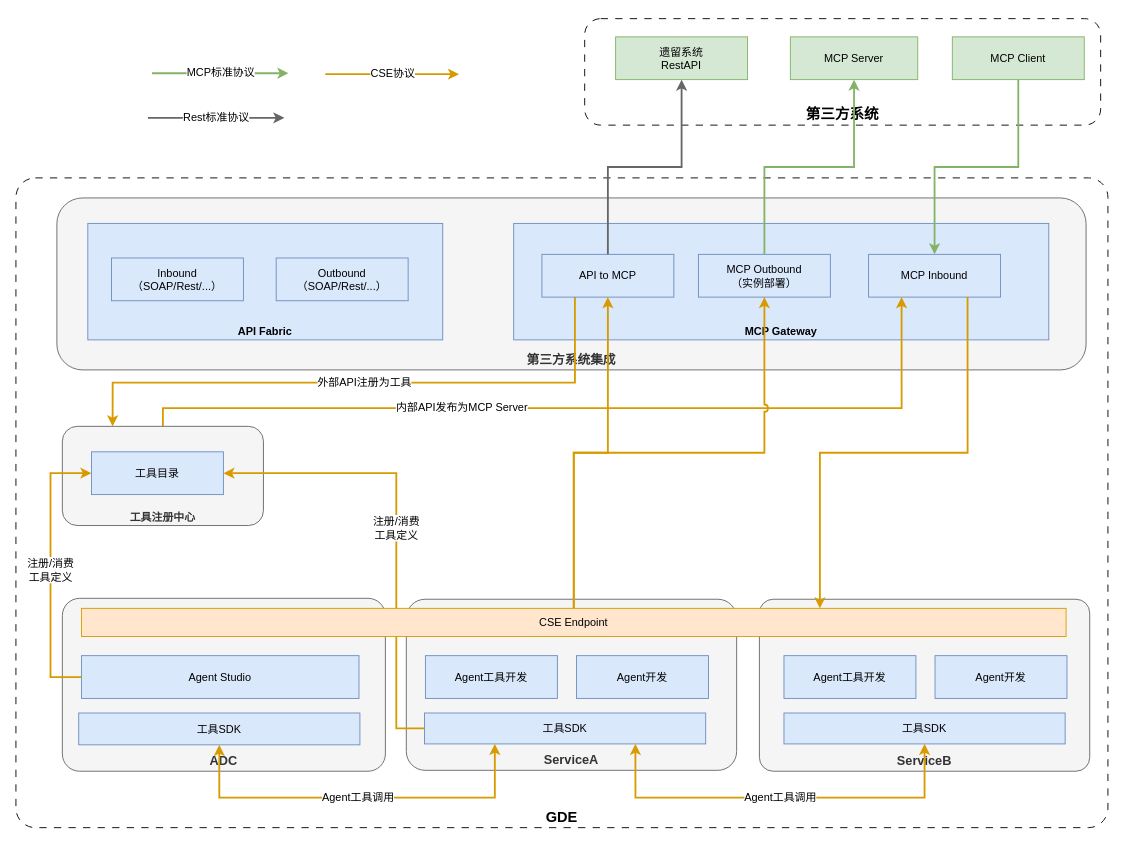
This is MCP网关.drawio from zhufeizzz/drawio, a draw.io file, before an edit. Source tidied: cells renumbered, new cells numbered last; positions are measured from the earlier drawing's top-left corner, leaving out a move shared by most shapes. Both pictures are drawn from the tidied source at 91%, with x=0, y=0 at pixel (15, 18).
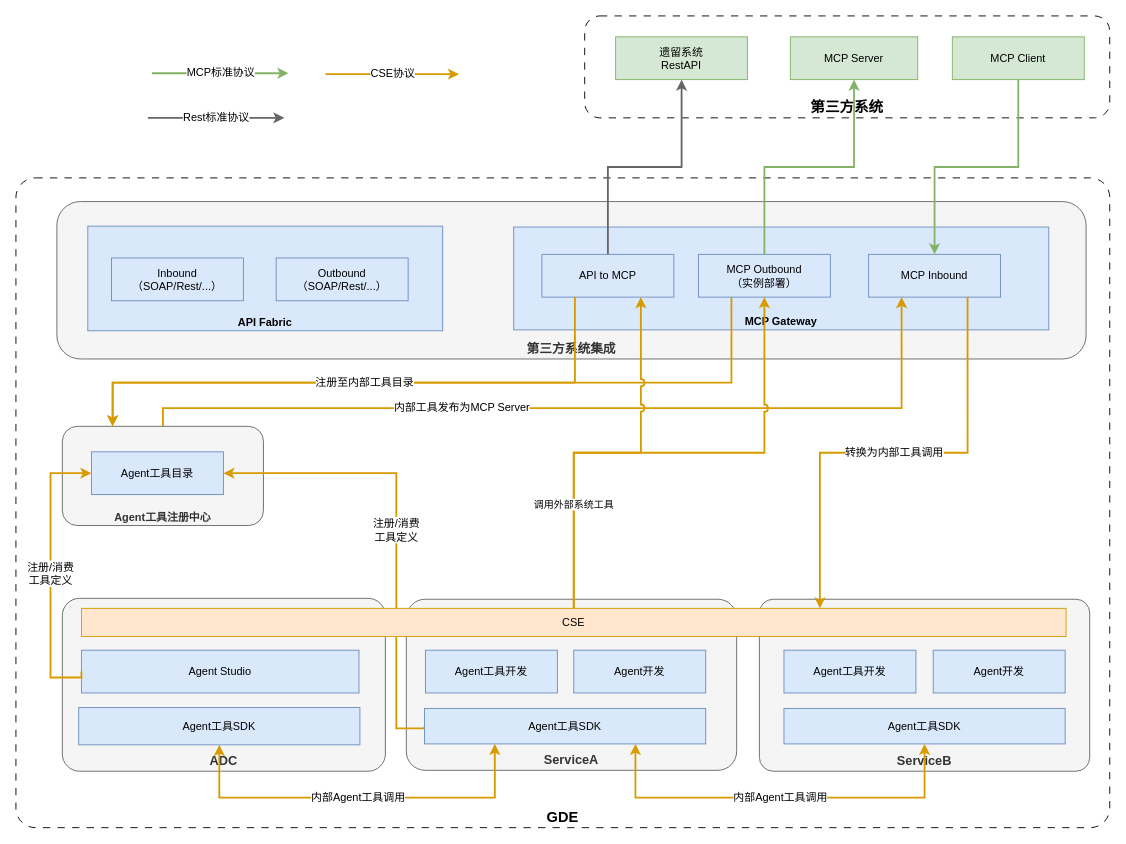
Above is the later version.

The change refers to these unchanged cells:
```xml
<mxCell id="10" value="&lt;div&gt;MCP Inbound&lt;/div&gt;" style="rounded=0;whiteSpace=wrap;html=1;fillColor=#dae8fc;strokeColor=#6c8ebf;" parent="1" vertex="1">
  <mxGeometry x="937" y="259" width="145" height="47" as="geometry" />
</mxCell>
<mxCell id="12" value="API to MCP" style="rounded=0;whiteSpace=wrap;html=1;fillColor=#dae8fc;strokeColor=#6c8ebf;" parent="1" vertex="1">
  <mxGeometry x="578" y="259" width="145" height="47" as="geometry" />
</mxCell>
<mxCell id="13" value="MCP &lt;span style=&quot;background-color: transparent; color: light-dark(rgb(0, 0, 0), rgb(255, 255, 255));&quot;&gt;Outbound&lt;/span&gt;&lt;div&gt;&lt;span style=&quot;background-color: transparent; color: light-dark(rgb(0, 0, 0), rgb(255, 255, 255));&quot;&gt;（实例部署）&lt;/span&gt;&lt;/div&gt;" style="rounded=0;whiteSpace=wrap;html=1;fillColor=#dae8fc;strokeColor=#6c8ebf;" parent="1" vertex="1">
  <mxGeometry x="750" y="259" width="145" height="47" as="geometry" />
</mxCell>
```

What changed in the source:
```diff
@@
     <mxCell id="2" value="&lt;b&gt;GDE&lt;/b&gt;" style="rounded=1;whiteSpace=wrap;html=1;verticalAlign=bottom;dashed=1;dashPattern=8 8;arcSize=3;fontSize=16;" parent="1" vertex="1">
-      <mxGeometry y="175" width="1200" height="714" as="geometry" />
+      <mxGeometry y="175" width="1202" height="714" as="geometry" />
     </mxCell>
     <mxCell id="3" value="&lt;b&gt;第三方系统&lt;/b&gt;" style="rounded=1;whiteSpace=wrap;html=1;verticalAlign=bottom;dashed=1;dashPattern=8 8;fontSize=16;" parent="1" vertex="1">
-      <mxGeometry x="625" width="567" height="117" as="geometry" />
+      <mxGeometry x="625" y="-3" width="577" height="112" as="geometry" />
     </mxCell>
@@
     <mxCell id="7" value="&lt;b&gt;第三方系统集成&lt;/b&gt;" style="rounded=1;whiteSpace=wrap;html=1;verticalAlign=bottom;fillColor=#f5f5f5;fontColor=#333333;strokeColor=#666666;fontSize=14;" parent="1" vertex="1">
-      <mxGeometry x="45" y="197" width="1131" height="189" as="geometry" />
+      <mxGeometry x="45" y="201" width="1131" height="173" as="geometry" />
     </mxCell>
     <mxCell id="8" value="API Fabric" style="rounded=0;whiteSpace=wrap;html=1;fillColor=#dae8fc;strokeColor=#6c8ebf;verticalAlign=bottom;fontStyle=1;" parent="1" vertex="1">
-      <mxGeometry x="79" y="225" width="390" height="128" as="geometry" />
+      <mxGeometry x="79" y="228" width="390" height="115" as="geometry" />
     </mxCell>
     <mxCell id="9" value="MCP Gateway" style="rounded=0;whiteSpace=wrap;html=1;verticalAlign=bottom;fontStyle=1;fillColor=#dae8fc;strokeColor=#6c8ebf;" parent="1" vertex="1">
-      <mxGeometry x="547" y="225" width="588" height="128" as="geometry" />
+      <mxGeometry x="547" y="229" width="588" height="113" as="geometry" />
     </mxCell>
@@
-    <mxCell id="11" value="&lt;font style=&quot;font-size: 12px;&quot;&gt;外部API注册为工具&lt;/font&gt;" style="edgeStyle=orthogonalEdgeStyle;rounded=0;jettySize=auto;html=1;exitX=0.25;exitY=1;exitDx=0;exitDy=0;entryX=0.25;entryY=0;entryDx=0;entryDy=0;fillColor=#ffe6cc;strokeColor=#d79b00;strokeWidth=2;" parent="1" edge="1" source="12" target="16">
-      <mxGeometry relative="1" as="geometry">
-        <Array as="points">
-          <mxPoint x="614" y="400" />
-          <mxPoint x="106" y="400" />
-        </Array>
-      </mxGeometry>
-    </mxCell>
@@
+    <mxCell id="44" style="edgeStyle=orthogonalEdgeStyle;rounded=0;jettySize=auto;html=1;exitX=0.25;exitY=1;exitDx=0;exitDy=0;entryX=0.25;entryY=0;entryDx=0;entryDy=0;fillColor=#ffe6cc;strokeColor=#d79b00;strokeWidth=2;jumpStyle=arc;" parent="1" edge="1" source="13" target="16">
+      <mxGeometry relative="1" as="geometry">
+        <Array as="points">
+          <mxPoint x="786" y="400" />
+          <mxPoint x="106" y="400" />
+        </Array>
+      </mxGeometry>
+    </mxCell>
@@
-    <mxCell id="15" value="&lt;font style=&quot;font-size: 12px;&quot;&gt;内部API发布为MCP Server&lt;/font&gt;" style="edgeStyle=orthogonalEdgeStyle;rounded=0;jettySize=auto;html=1;exitX=0.5;exitY=0;exitDx=0;exitDy=0;fillColor=#ffe6cc;strokeColor=#d79b00;strokeWidth=2;entryX=0.25;entryY=1;entryDx=0;entryDy=0;" parent="1" edge="1" source="16" target="10">
+    <mxCell id="15" value="&lt;font style=&quot;font-size: 12px;&quot;&gt;内部工具发布为MCP Server&lt;/font&gt;" style="edgeStyle=orthogonalEdgeStyle;rounded=0;jettySize=auto;html=1;exitX=0.5;exitY=0;exitDx=0;exitDy=0;fillColor=#ffe6cc;strokeColor=#d79b00;strokeWidth=2;entryX=0.25;entryY=1;entryDx=0;entryDy=0;" parent="1" edge="1" source="16" target="10">
       <mxGeometry x="-0.27" relative="1" as="geometry">
         <Array as="points">
           <mxPoint x="162" y="428" />
           <mxPoint x="973" y="428" />
         </Array>
       </mxGeometry>
     </mxCell>
-    <mxCell id="16" value="&lt;b&gt;工具注册中心&lt;/b&gt;" style="rounded=1;whiteSpace=wrap;html=1;verticalAlign=bottom;fillColor=#f5f5f5;fontColor=#333333;strokeColor=#666666;" parent="1" vertex="1">
+    <mxCell id="16" value="&lt;b&gt;Agent工具注册中心&lt;/b&gt;" style="rounded=1;whiteSpace=wrap;html=1;verticalAlign=bottom;fillColor=#f5f5f5;fontColor=#333333;strokeColor=#666666;" parent="1" vertex="1">
       <mxGeometry x="51" y="448" width="221" height="109" as="geometry" />
     </mxCell>
@@
     <mxCell id="20" value="Agent Studio" style="rounded=0;whiteSpace=wrap;html=1;fillColor=#dae8fc;strokeColor=#6c8ebf;" parent="1" vertex="1">
-      <mxGeometry x="72" y="700" width="305" height="47" as="geometry" />
+      <mxGeometry x="72" y="694" width="305" height="47" as="geometry" />
     </mxCell>
@@
-    <mxCell id="22" value="&lt;font style=&quot;font-size: 12px;&quot;&gt;Agent工具调用&lt;/font&gt;" style="edgeStyle=orthogonalEdgeStyle;rounded=0;jettySize=auto;html=1;exitX=0.5;exitY=1;exitDx=0;exitDy=0;entryX=0.25;entryY=1;entryDx=0;entryDy=0;fillColor=#ffe6cc;strokeColor=#d79b00;strokeWidth=2;startArrow=classic;startFill=1;" parent="1" edge="1" source="23" target="24">
+    <mxCell id="22" value="&lt;font style=&quot;font-size: 12px;&quot;&gt;内部Agent工具调用&lt;/font&gt;" style="edgeStyle=orthogonalEdgeStyle;rounded=0;jettySize=auto;html=1;exitX=0.5;exitY=1;exitDx=0;exitDy=0;entryX=0.25;entryY=1;entryDx=0;entryDy=0;fillColor=#ffe6cc;strokeColor=#d79b00;strokeWidth=2;startArrow=classic;startFill=1;" parent="1" edge="1" source="23" target="24">
       <mxGeometry relative="1" as="geometry">
         <Array as="points">
           <mxPoint x="224" y="856" />
           <mxPoint x="526" y="856" />
         </Array>
       </mxGeometry>
     </mxCell>
-    <mxCell id="23" value="工具SDK" style="rounded=0;whiteSpace=wrap;html=1;verticalAlign=middle;fillColor=#dae8fc;strokeColor=#6c8ebf;" parent="1" vertex="1">
-      <mxGeometry x="69" y="763" width="309" height="35" as="geometry" />
+    <mxCell id="23" value="Agent工具SDK" style="rounded=0;whiteSpace=wrap;html=1;verticalAlign=middle;fillColor=#dae8fc;strokeColor=#6c8ebf;" parent="1" vertex="1">
+      <mxGeometry x="69" y="757" width="309" height="41" as="geometry" />
     </mxCell>
-    <mxCell id="24" value="工具SDK" style="rounded=0;whiteSpace=wrap;html=1;fillColor=#dae8fc;strokeColor=#6c8ebf;" parent="1" vertex="1">
-      <mxGeometry x="449" y="763" width="309" height="34" as="geometry" />
+    <mxCell id="24" value="Agent工具SDK" style="rounded=0;whiteSpace=wrap;html=1;fillColor=#dae8fc;strokeColor=#6c8ebf;" parent="1" vertex="1">
+      <mxGeometry x="449" y="758" width="309" height="39" as="geometry" />
     </mxCell>
-    <mxCell id="25" value="&lt;font style=&quot;font-size: 12px;&quot;&gt;Agent工具调用&lt;/font&gt;" style="edgeStyle=orthogonalEdgeStyle;rounded=0;jettySize=auto;html=1;exitX=0.5;exitY=1;exitDx=0;exitDy=0;entryX=0.75;entryY=1;entryDx=0;entryDy=0;fillColor=#ffe6cc;strokeColor=#d79b00;strokeWidth=2;endArrow=classic;endFill=1;startArrow=classic;startFill=1;" parent="1" edge="1" source="26" target="24">
+    <mxCell id="25" value="&lt;font style=&quot;font-size: 12px;&quot;&gt;内部Agent工具调用&lt;/font&gt;" style="edgeStyle=orthogonalEdgeStyle;rounded=0;jettySize=auto;html=1;exitX=0.5;exitY=1;exitDx=0;exitDy=0;entryX=0.75;entryY=1;entryDx=0;entryDy=0;fillColor=#ffe6cc;strokeColor=#d79b00;strokeWidth=2;endArrow=classic;endFill=1;startArrow=classic;startFill=1;" parent="1" edge="1" source="26" target="24">
       <mxGeometry relative="1" as="geometry">
         <Array as="points">
           <mxPoint x="999" y="856" />
           <mxPoint x="681" y="856" />
         </Array>
       </mxGeometry>
     </mxCell>
-    <mxCell id="26" value="工具SDK" style="rounded=0;whiteSpace=wrap;html=1;fillColor=#dae8fc;strokeColor=#6c8ebf;" parent="1" vertex="1">
-      <mxGeometry x="844" y="763" width="309" height="34" as="geometry" />
+    <mxCell id="26" value="Agent工具SDK" style="rounded=0;whiteSpace=wrap;html=1;fillColor=#dae8fc;strokeColor=#6c8ebf;" parent="1" vertex="1">
+      <mxGeometry x="844" y="758" width="309" height="39" as="geometry" />
     </mxCell>
-    <mxCell id="27" value="工具目录" style="rounded=0;whiteSpace=wrap;html=1;fillColor=#dae8fc;strokeColor=#6c8ebf;" parent="1" vertex="1">
+    <mxCell id="27" value="Agent工具目录" style="rounded=0;whiteSpace=wrap;html=1;fillColor=#dae8fc;strokeColor=#6c8ebf;" parent="1" vertex="1">
       <mxGeometry x="83" y="476" width="145" height="47" as="geometry" />
     </mxCell>
     <mxCell id="28" value="Agent工具开发" style="rounded=0;whiteSpace=wrap;html=1;fillColor=#dae8fc;strokeColor=#6c8ebf;" parent="1" vertex="1">
-      <mxGeometry x="450" y="700" width="145" height="47" as="geometry" />
+      <mxGeometry x="450" y="694" width="145" height="47" as="geometry" />
     </mxCell>
     <mxCell id="29" value="Agent开发" style="rounded=0;whiteSpace=wrap;html=1;fillColor=#dae8fc;strokeColor=#6c8ebf;" parent="1" vertex="1">
-      <mxGeometry x="616" y="700" width="145" height="47" as="geometry" />
+      <mxGeometry x="613" y="694" width="145" height="47" as="geometry" />
     </mxCell>
     <mxCell id="30" value="Agent工具开发" style="rounded=0;whiteSpace=wrap;html=1;fillColor=#dae8fc;strokeColor=#6c8ebf;" parent="1" vertex="1">
-      <mxGeometry x="844" y="700" width="145" height="47" as="geometry" />
+      <mxGeometry x="844" y="694" width="145" height="47" as="geometry" />
     </mxCell>
     <mxCell id="31" value="Agent开发" style="rounded=0;whiteSpace=wrap;html=1;fillColor=#dae8fc;strokeColor=#6c8ebf;" parent="1" vertex="1">
-      <mxGeometry x="1010" y="700" width="145" height="47" as="geometry" />
+      <mxGeometry x="1008" y="694" width="145" height="47" as="geometry" />
     </mxCell>
@@
-    <mxCell id="38" style="edgeStyle=orthogonalEdgeStyle;rounded=0;jettySize=auto;html=1;exitX=0.5;exitY=0;exitDx=0;exitDy=0;entryX=0.5;entryY=1;entryDx=0;entryDy=0;fillColor=#ffe6cc;strokeColor=#d79b00;strokeWidth=2;" parent="1" edge="1" source="39" target="12">
-      <mxGeometry relative="1" as="geometry" />
+    <mxCell id="38" value="调用外部系统工具" style="edgeStyle=orthogonalEdgeStyle;rounded=0;jettySize=auto;html=1;exitX=0.5;exitY=0;exitDx=0;exitDy=0;entryX=0.75;entryY=1;entryDx=0;entryDy=0;fillColor=#ffe6cc;strokeColor=#d79b00;strokeWidth=2;jumpStyle=arc;" parent="1" edge="1" source="39" target="12">
+      <mxGeometry x="-0.45" relative="1" as="geometry" />
     </mxCell>
-    <mxCell id="39" value="CSE Endpoint" style="rounded=0;whiteSpace=wrap;html=1;fillColor=#ffe6cc;strokeColor=#d79b00;" parent="1" vertex="1">
+    <mxCell id="39" value="CSE" style="rounded=0;whiteSpace=wrap;html=1;fillColor=#ffe6cc;strokeColor=#d79b00;" parent="1" vertex="1">
       <mxGeometry x="72" y="648" width="1082" height="31" as="geometry" />
     </mxCell>
-    <mxCell id="40" style="edgeStyle=orthogonalEdgeStyle;rounded=0;jettySize=auto;html=1;exitX=0.75;exitY=1;exitDx=0;exitDy=0;entryX=0.75;entryY=0;entryDx=0;entryDy=0;fillColor=#ffe6cc;strokeColor=#d79b00;strokeWidth=2;" parent="1" edge="1" source="10" target="39">
+    <mxCell id="40" value="&lt;font style=&quot;font-size: 12px;&quot;&gt;转换为内部工具调用&lt;/font&gt;" style="edgeStyle=orthogonalEdgeStyle;rounded=0;jettySize=auto;html=1;exitX=0.75;exitY=1;exitDx=0;exitDy=0;entryX=0.75;entryY=0;entryDx=0;entryDy=0;fillColor=#ffe6cc;strokeColor=#d79b00;strokeWidth=2;" parent="1" edge="1" source="10" target="39">
       <mxGeometry relative="1" as="geometry" />
     </mxCell>
@@
+    <mxCell id="11" value="&lt;span style=&quot;font-size: 12px;&quot;&gt;注册至内部工具目录&lt;/span&gt;" style="edgeStyle=orthogonalEdgeStyle;rounded=0;jettySize=auto;html=1;exitX=0.25;exitY=1;exitDx=0;exitDy=0;entryX=0.25;entryY=0;entryDx=0;entryDy=0;fillColor=#ffe6cc;strokeColor=#d79b00;strokeWidth=2;" parent="1" edge="1" source="12" target="16">
+      <mxGeometry relative="1" as="geometry">
+        <Array as="points">
+          <mxPoint x="614" y="400" />
+          <mxPoint x="106" y="400" />
+        </Array>
+      </mxGeometry>
+    </mxCell>
```
